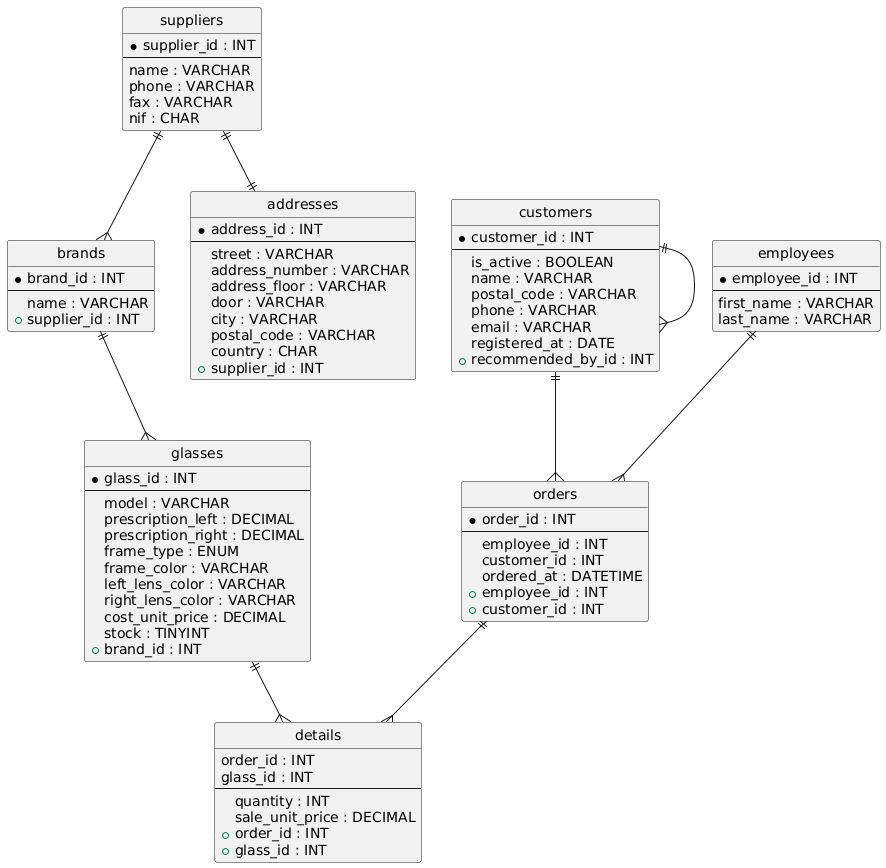
Earlier version of the PlantUML export optica/optics_diagram.png (alangiralt-dot/mysql-estructura).
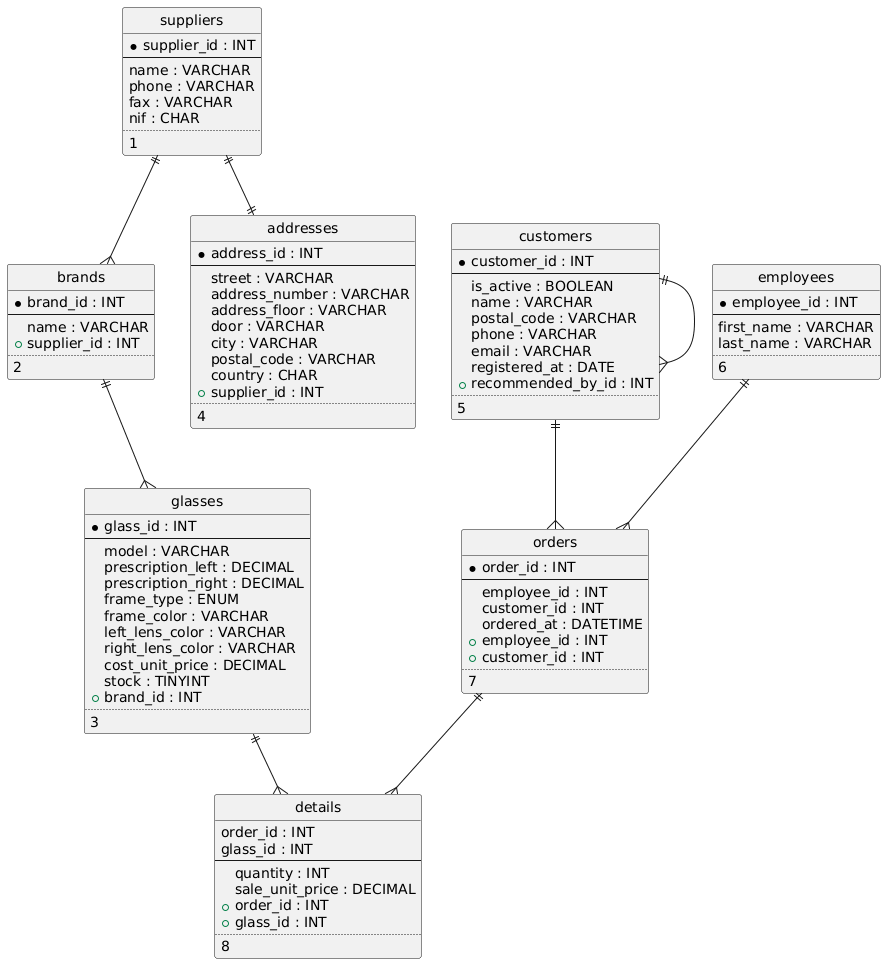
After the commit.

Commit message:
adds the order of creation of the tables taking into account foreign keys.

What changed in the source:
```diff
@@ -7,12 +7,16 @@
 phone : VARCHAR
 fax : VARCHAR
 nif : CHAR
+..
+1
 }
 entity "brands" {
 * brand_id : INT
 --
 name : VARCHAR
 + supplier_id : INT
+..
+2
 }
 entity "glasses" {
 * glass_id : INT
@@ -27,6 +31,8 @@
 cost_unit_price : DECIMAL
 stock : TINYINT
 + brand_id : INT
+..
+3
 }
 entity "addresses" {
 * address_id : INT
@@ -39,6 +45,8 @@
 postal_code : VARCHAR
 country : CHAR
 + supplier_id : INT
+..
+4
 }
 entity "customers" {
 * customer_id : INT
@@ -50,12 +58,16 @@
 email : VARCHAR
 registered_at : DATE
 + recommended_by_id : INT
+..
+5
 }
 entity "employees" {
 * employee_id : INT
 --
 first_name : VARCHAR
 last_name : VARCHAR
+..
+6
 }
 entity "orders" {
 * order_id : INT
@@ -65,6 +77,8 @@
 ordered_at : DATETIME
 + employee_id : INT
 + customer_id : INT
+..
+7
 }
 entity "details" {
 order_id : INT
@@ -74,6 +88,8 @@
 sale_unit_price : DECIMAL
 + order_id : INT
 + glass_id : INT
+..
+8
 }
 suppliers ||--{ brands
 brands ||--{ glasses
```
